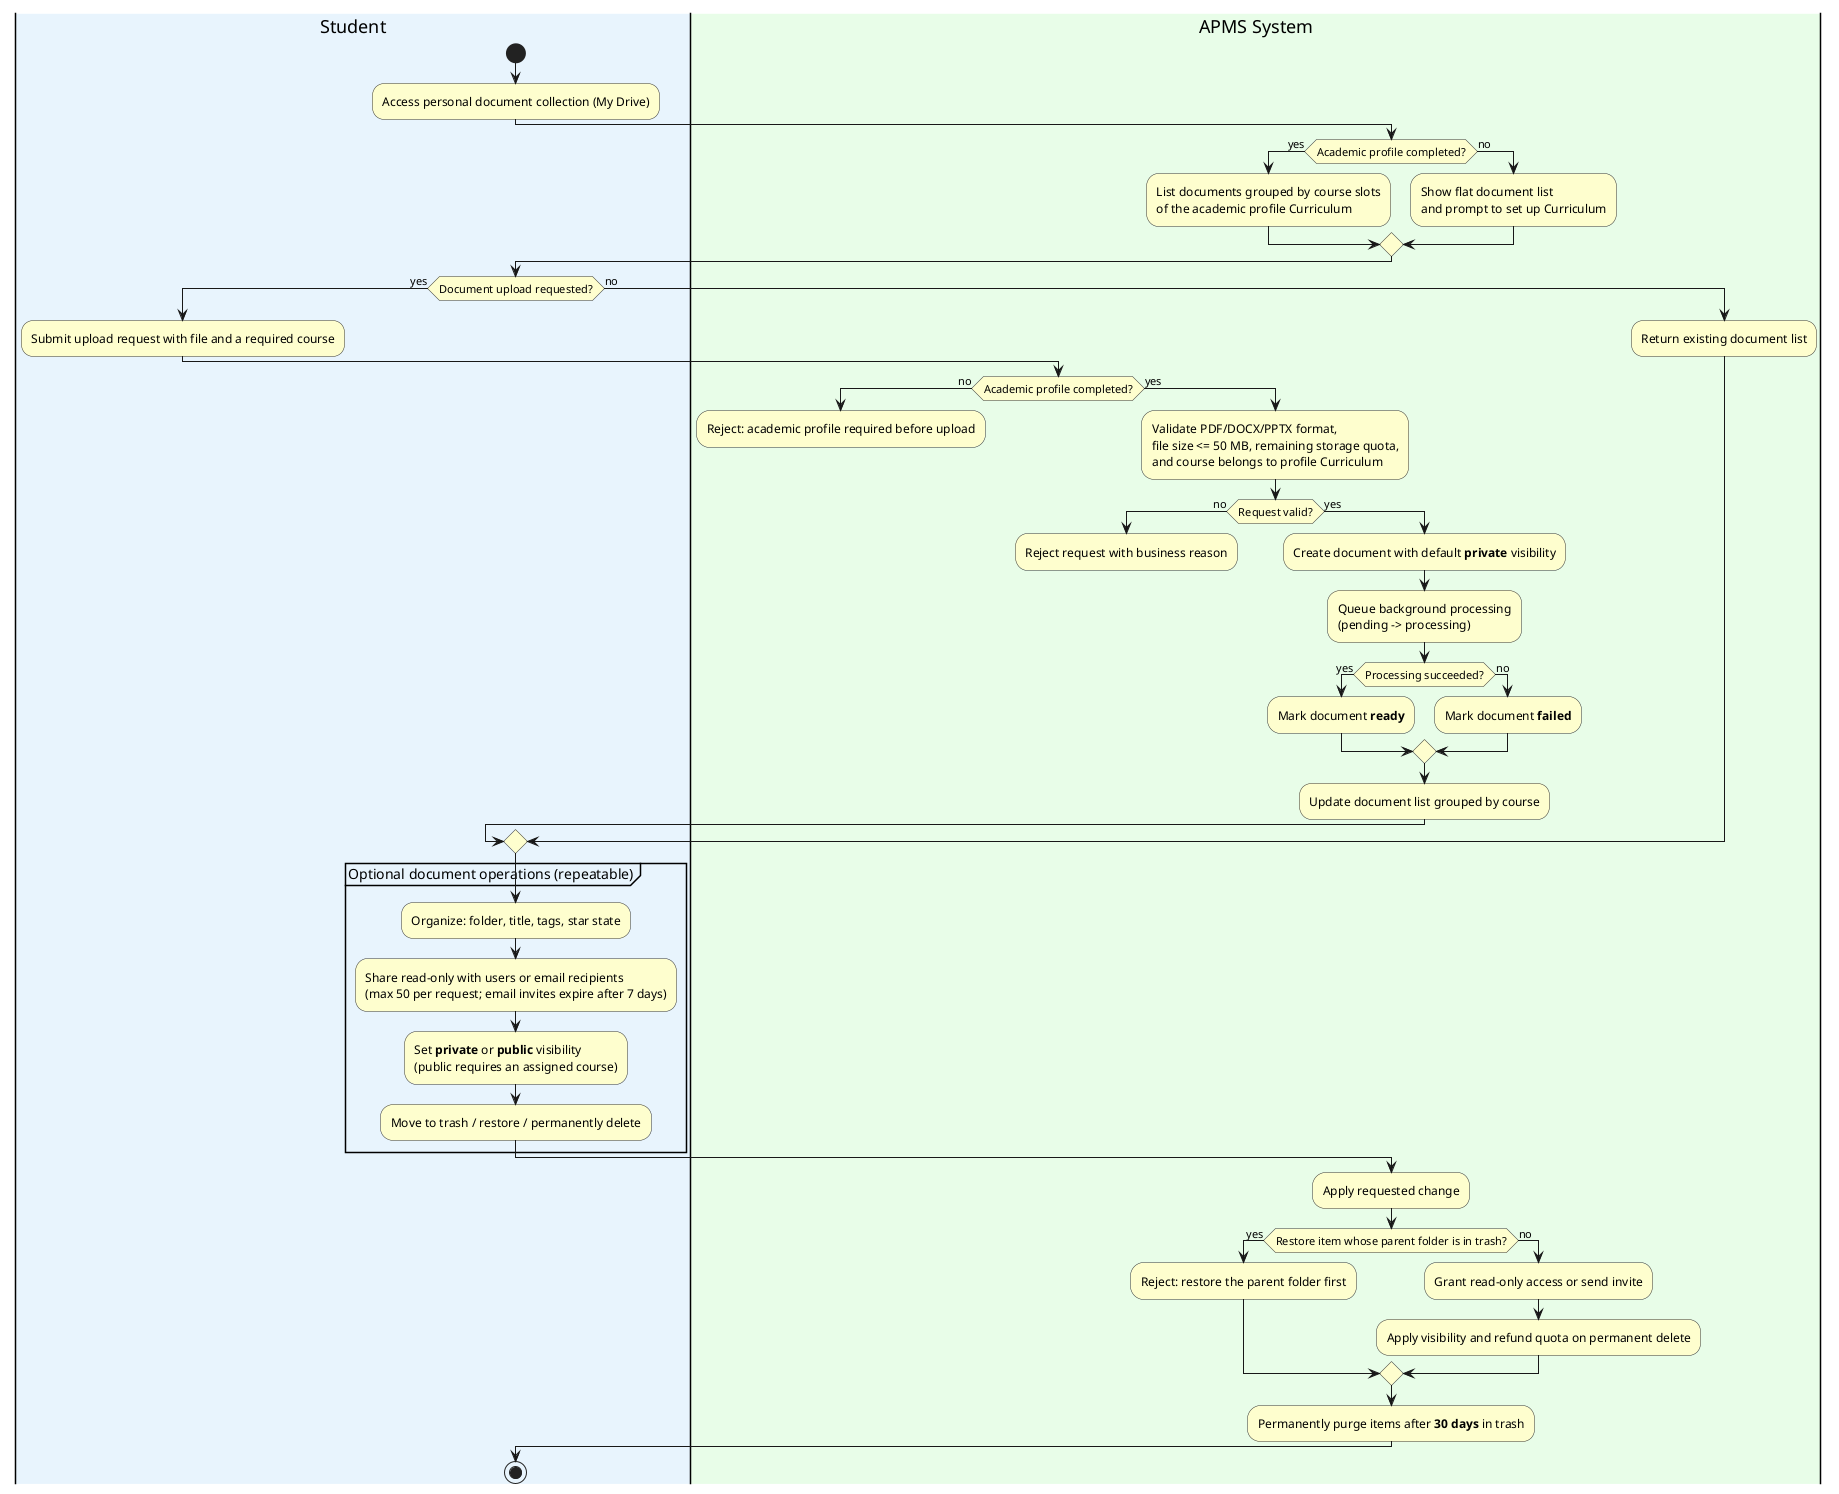
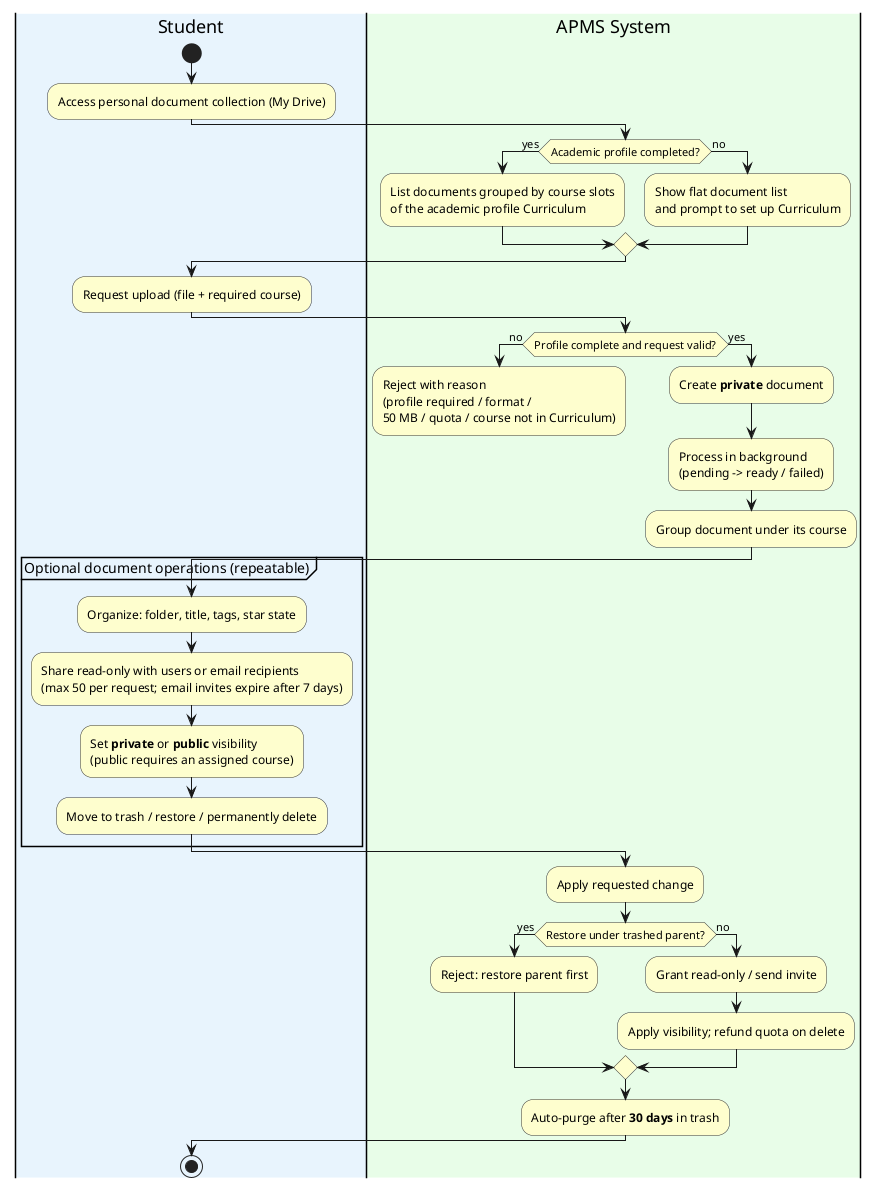
@startuml APMS_Activity2_LearningDocumentManagement
skinparam swimlane {
  WrapTitle false
}
skinparam activity {
  BackgroundColor #FEFECE
  BorderColor #333333
}

|#E8F4FD|Student|
start
:Access personal document collection (My Drive);

|#E8FDE8|APMS System|
if (Academic profile completed?) then (yes)
  :List documents grouped by course slots\nof the academic profile Curriculum;
else (no)
  :Show flat document list\nand prompt to set up Curriculum;
endif

|Student|
- if (Document upload requested?) then (yes)
-   :Submit upload request with file and a required course;
+ :Request upload (file + required course);

-   |APMS System|
-   if (Academic profile completed?) then (no)
-     :Reject: academic profile required before upload;
-     detach
-   else (yes)
-     :Validate PDF/DOCX/PPTX format,\nfile size <= 50 MB, remaining storage quota,\nand course belongs to profile Curriculum;
-     if (Request valid?) then (no)
-       :Reject request with business reason;
-       detach
-     else (yes)
-       :Create document with default **private** visibility;
-       :Queue background processing\n(pending -> processing);
-       if (Processing succeeded?) then (yes)
-         :Mark document **ready**;
-       else (no)
-         :Mark document **failed**;
-       endif
-       :Update document list grouped by course;
-     endif
-   endif
- else (no)
-   :Return existing document list;
+ |APMS System|
+ if (Profile complete and request valid?) then (no)
+   :Reject with reason\n(profile required / format /\n50 MB / quota / course not in Curriculum);
+   detach
+ else (yes)
+   :Create **private** document;
+   :Process in background\n(pending -> ready / failed);
+   :Group document under its course;
endif

|Student|
partition "Optional document operations (repeatable)" {
  :Organize: folder, title, tags, star state;
  :Share read-only with users or email recipients\n(max 50 per request; email invites expire after 7 days);
  :Set **private** or **public** visibility\n(public requires an assigned course);
  :Move to trash / restore / permanently delete;
}

|APMS System|
:Apply requested change;
- if (Restore item whose parent folder is in trash?) then (yes)
-   :Reject: restore the parent folder first;
+ if (Restore under trashed parent?) then (yes)
+   :Reject: restore parent first;
else (no)
-   :Grant read-only access or send invite;
-   :Apply visibility and refund quota on permanent delete;
+   :Grant read-only / send invite;
+   :Apply visibility; refund quota on delete;
endif
- :Permanently purge items after **30 days** in trash;
+ :Auto-purge after **30 days** in trash;

|Student|
stop

@enduml
